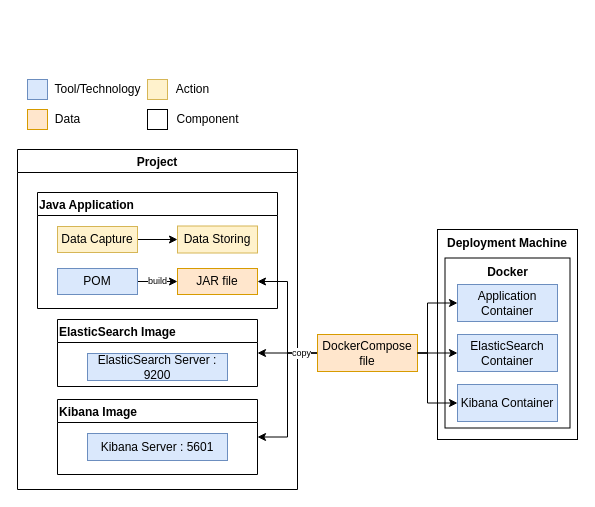
Earlier version of the draw.io diagram Diagrams/DeploymentDiagram.drawio (LEITE5/WebMonitoring). Source tidied: cells renumbered, new cells numbered last; positions are measured from the earlier drawing's top-left corner, leaving out a move shared by most shapes. Both pictures are drawn from the tidied source at 100%, with x=0, y=0 at pixel (17, 79).
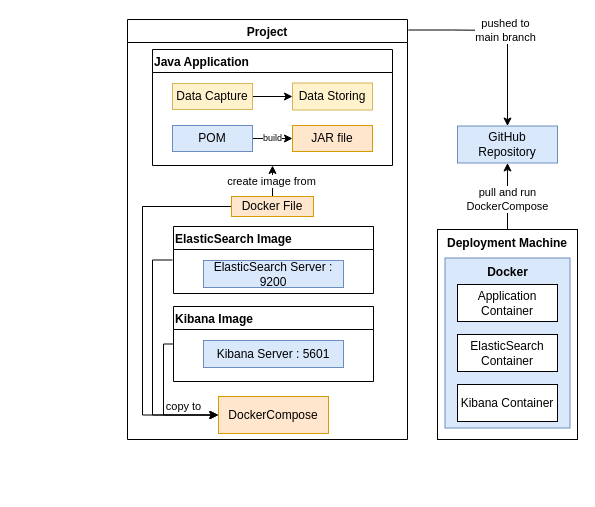
Above is the later version.

The change refers to these unchanged cells:
```xml
<mxCell id="2" value="&lt;span&gt;Deployment Machine&lt;/span&gt;" style="rounded=0;whiteSpace=wrap;html=1;align=center;verticalAlign=top;fontStyle=1;" parent="1" vertex="1">
  <mxGeometry x="420" y="150" width="140" height="210" as="geometry" />
</mxCell>
<mxCell id="10" value="&lt;span&gt;JAR file&lt;/span&gt;" style="rounded=0;whiteSpace=wrap;html=1;align=center;verticalAlign=middle;fontStyle=0;fillColor=#ffe6cc;strokeColor=#d79b00;" parent="4" vertex="1">
  <mxGeometry x="140" y="76" width="80" height="26" as="geometry" />
</mxCell>
```

Change to the diagram source:
```diff
@@
+    <mxCell id="34" value="pull and run&lt;br&gt;DockerCompose" style="edgeStyle=orthogonalEdgeStyle;rounded=0;jettySize=auto;html=1;entryX=0.5;entryY=1;entryDx=0;entryDy=0;" parent="1" edge="1" source="2" target="26">
+      <mxGeometry x="-0.09" relative="1" as="geometry" />
+    </mxCell>
@@
+    <mxCell id="35" value="pushed to&lt;br&gt;main branch" style="edgeStyle=orthogonalEdgeStyle;rounded=0;jettySize=auto;html=1;entryX=0.5;entryY=0;entryDx=0;entryDy=0;exitX=1.003;exitY=0.025;exitDx=0;exitDy=0;exitPerimeter=0;" parent="1" edge="1" source="3" target="26">
+      <mxGeometry relative="1" as="geometry">
+        <Array as="points">
+          <mxPoint x="435" y="-49" />
+          <mxPoint x="530" y="-49" />
+        </Array>
+      </mxGeometry>
+    </mxCell>
     <mxCell id="3" value="Project" style="swimlane;" parent="1" vertex="1">
-      <mxGeometry y="70" width="280" height="340" as="geometry" />
+      <mxGeometry x="110" y="-60" width="280" height="420" as="geometry" />
     </mxCell>
-    <mxCell id="4" value="Java Application" style="swimlane;align=left;" parent="3" vertex="1">
-      <mxGeometry x="20" y="43" width="240" height="116" as="geometry" />
+    <mxCell id="4" value="Java Application " style="swimlane;align=left;" parent="3" vertex="1">
+      <mxGeometry x="25" y="30" width="240" height="116" as="geometry" />
     </mxCell>
@@
+    <mxCell id="36" style="edgeStyle=orthogonalEdgeStyle;rounded=0;jettySize=auto;html=1;entryX=0;entryY=0.5;entryDx=0;entryDy=0;" parent="3" edge="1" source="11" target="38">
+      <mxGeometry relative="1" as="geometry">
+        <Array as="points">
+          <mxPoint x="36" y="325" />
+          <mxPoint x="36" y="396" />
+        </Array>
+      </mxGeometry>
+    </mxCell>
     <mxCell id="11" value="Kibana Image" style="swimlane;align=left;" parent="3" vertex="1">
-      <mxGeometry x="40" y="250" width="200" height="75" as="geometry" />
+      <mxGeometry x="46" y="287" width="200" height="75" as="geometry" />
     </mxCell>
@@
+    <mxCell id="37" value="copy to" style="edgeStyle=orthogonalEdgeStyle;rounded=0;orthogonalLoop=1;jettySize=auto;html=1;entryX=0;entryY=0.5;entryDx=0;entryDy=0;" parent="3" edge="1">
+      <mxGeometry x="0.72" y="9" relative="1" as="geometry">
+        <mxPoint x="45" y="240.5" as="sourcePoint" />
+        <mxPoint x="90" y="395.5" as="targetPoint" />
+        <Array as="points">
+          <mxPoint x="25" y="241" />
+          <mxPoint x="25" y="396" />
+        </Array>
+      </mxGeometry>
+    </mxCell>
     <mxCell id="13" value="ElasticSearch Image" style="swimlane;align=left;" parent="3" vertex="1">
-      <mxGeometry x="40" y="170" width="200" height="67" as="geometry" />
+      <mxGeometry x="46" y="207" width="200" height="67" as="geometry" />
     </mxCell>
@@
-    <mxCell id="15" style="rounded=0;whiteSpace=wrap;html=1;fillColor=#dae8fc;strokeColor=#6c8ebf;" parent="1" vertex="1">
-      <mxGeometry x="10" width="20" height="20" as="geometry" />
-    </mxCell>
-    <mxCell id="16" style="rounded=0;whiteSpace=wrap;html=1;fillColor=#ffe6cc;strokeColor=#d79b00;" parent="1" vertex="1">
-      <mxGeometry x="10" y="30" width="20" height="20" as="geometry" />
-    </mxCell>
-    <mxCell id="17" value="Tool/Technology" style="text;html=1;align=center;verticalAlign=middle;" parent="1" vertex="1">
-      <mxGeometry x="30" width="100" height="20" as="geometry" />
-    </mxCell>
-    <mxCell id="18" value="Data" style="text;html=1;align=center;verticalAlign=middle;" parent="1" vertex="1">
-      <mxGeometry x="30" y="30" width="40" height="20" as="geometry" />
-    </mxCell>
-    <mxCell id="19" style="rounded=0;whiteSpace=wrap;html=1;fillColor=#fff2cc;strokeColor=#d6b656;" parent="1" vertex="1">
-      <mxGeometry x="130" width="20" height="20" as="geometry" />
-    </mxCell>
-    <mxCell id="20" value="Action" style="text;html=1;align=center;verticalAlign=middle;" parent="1" vertex="1">
-      <mxGeometry x="150" width="50" height="20" as="geometry" />
-    </mxCell>
-    <mxCell id="21" style="rounded=0;whiteSpace=wrap;html=1;" parent="1" vertex="1">
-      <mxGeometry x="130" y="30" width="20" height="20" as="geometry" />
-    </mxCell>
-    <mxCell id="22" value="Component" style="text;html=1;align=center;verticalAlign=middle;" parent="1" vertex="1">
-      <mxGeometry x="150" y="30" width="80" height="20" as="geometry" />
-    </mxCell>
-    <mxCell id="23" style="edgeStyle=orthogonalEdgeStyle;rounded=0;jettySize=auto;html=1;entryX=1;entryY=0.5;entryDx=0;entryDy=0;fontSize=9;" parent="1" edge="1" source="26" target="10">
-      <mxGeometry relative="1" as="geometry" />
-    </mxCell>
-    <mxCell id="24" style="edgeStyle=orthogonalEdgeStyle;rounded=0;jettySize=auto;html=1;entryX=1;entryY=0.5;entryDx=0;entryDy=0;fontSize=9;" parent="1" edge="1" source="26" target="13">
-      <mxGeometry relative="1" as="geometry" />
-    </mxCell>
-    <mxCell id="25" value="copy" style="edgeStyle=orthogonalEdgeStyle;rounded=0;jettySize=auto;html=1;entryX=1;entryY=0.5;entryDx=0;entryDy=0;fontSize=9;" parent="1" edge="1" source="26" target="11">
-      <mxGeometry x="-0.78" relative="1" as="geometry" />
-    </mxCell>
+    <mxCell id="38" value="&lt;span&gt;DockerCompose&lt;/span&gt;" style="rounded=0;whiteSpace=wrap;html=1;align=center;verticalAlign=middle;fontStyle=0;fillColor=#ffe6cc;strokeColor=#d79b00;" parent="3" vertex="1">
+      <mxGeometry x="91" y="377" width="110" height="37" as="geometry" />
+    </mxCell>
+    <mxCell id="39" value="create image from" style="edgeStyle=orthogonalEdgeStyle;rounded=0;jettySize=auto;html=1;entryX=0.5;entryY=1;entryDx=0;entryDy=0;" parent="3" edge="1" source="41" target="4">
+      <mxGeometry x="-0.38" y="1" relative="1" as="geometry" />
+    </mxCell>
+    <mxCell id="40" style="edgeStyle=orthogonalEdgeStyle;rounded=0;jettySize=auto;html=1;entryX=0;entryY=0.5;entryDx=0;entryDy=0;" parent="3" edge="1" source="41" target="38">
+      <mxGeometry relative="1" as="geometry">
+        <Array as="points">
+          <mxPoint x="15" y="187" />
+          <mxPoint x="15" y="395" />
+        </Array>
+      </mxGeometry>
+    </mxCell>
+    <mxCell id="41" value="&lt;span&gt;Docker File&lt;/span&gt;" style="rounded=0;whiteSpace=wrap;html=1;align=center;verticalAlign=middle;fontStyle=0;fillColor=#ffe6cc;strokeColor=#d79b00;" parent="3" vertex="1">
+      <mxGeometry x="104" y="177" width="82" height="20" as="geometry" />
+    </mxCell>
-    <mxCell id="26" value="&lt;span&gt;DockerCompose file&lt;/span&gt;" style="rounded=0;whiteSpace=wrap;html=1;align=center;verticalAlign=middle;fontStyle=0;fillColor=#ffe6cc;strokeColor=#d79b00;" parent="1" vertex="1">
-      <mxGeometry x="300" y="255" width="100" height="37" as="geometry" />
+    <mxCell id="26" value="&lt;span&gt;GitHub Repository&lt;/span&gt;" style="rounded=0;whiteSpace=wrap;html=1;align=center;verticalAlign=middle;fontStyle=0;fillColor=#dae8fc;strokeColor=#6c8ebf;" parent="1" vertex="1">
+      <mxGeometry x="440" y="46.5" width="100" height="37" as="geometry" />
     </mxCell>
-    <mxCell id="27" value="&lt;span&gt;Docker&lt;/span&gt;" style="rounded=0;whiteSpace=wrap;html=1;align=center;verticalAlign=top;fontStyle=1;" parent="1" vertex="1">
+    <mxCell id="27" value="&lt;span&gt;Docker&lt;/span&gt;" style="rounded=0;whiteSpace=wrap;html=1;align=center;verticalAlign=top;fontStyle=1;fillColor=#dae8fc;strokeColor=#6c8ebf;" parent="1" vertex="1">
       <mxGeometry x="427.5" y="178.5" width="125" height="170" as="geometry" />
     </mxCell>
-    <mxCell id="28" value="Application Container" style="rounded=0;whiteSpace=wrap;html=1;align=center;verticalAlign=middle;fontStyle=0;fillColor=#dae8fc;strokeColor=#6c8ebf;" parent="1" vertex="1">
+    <mxCell id="28" value="Application Container" style="rounded=0;whiteSpace=wrap;html=1;align=center;verticalAlign=middle;fontStyle=0;" parent="1" vertex="1">
       <mxGeometry x="440" y="205" width="100" height="37" as="geometry" />
     </mxCell>
-    <mxCell id="29" value="&lt;span&gt;ElasticSearch Container&lt;/span&gt;" style="rounded=0;whiteSpace=wrap;html=1;align=center;verticalAlign=middle;fontStyle=0;fillColor=#dae8fc;strokeColor=#6c8ebf;" parent="1" vertex="1">
+    <mxCell id="29" value="&lt;span&gt;ElasticSearch Container&lt;/span&gt;" style="rounded=0;whiteSpace=wrap;html=1;align=center;verticalAlign=middle;fontStyle=0;" parent="1" vertex="1">
       <mxGeometry x="440" y="255" width="100" height="37" as="geometry" />
     </mxCell>
-    <mxCell id="30" value="&lt;span&gt;Kibana Container&lt;/span&gt;" style="rounded=0;whiteSpace=wrap;html=1;align=center;verticalAlign=middle;fontStyle=0;fillColor=#dae8fc;strokeColor=#6c8ebf;" parent="1" vertex="1">
+    <mxCell id="30" value="&lt;span&gt;Kibana Container&lt;/span&gt;" style="rounded=0;whiteSpace=wrap;html=1;align=center;verticalAlign=middle;fontStyle=0;" parent="1" vertex="1">
       <mxGeometry x="440" y="305" width="100" height="37" as="geometry" />
     </mxCell>
-    <mxCell id="31" style="edgeStyle=orthogonalEdgeStyle;rounded=0;jettySize=auto;html=1;entryX=0;entryY=0.5;entryDx=0;entryDy=0;fontSize=9;" parent="1" edge="1" source="26">
-      <mxGeometry relative="1" as="geometry">
-        <mxPoint x="440" y="323.5" as="targetPoint" />
-        <Array as="points">
-          <mxPoint x="410" y="274" />
-          <mxPoint x="410" y="324" />
-        </Array>
-      </mxGeometry>
-    </mxCell>
-    <mxCell id="32" style="edgeStyle=orthogonalEdgeStyle;rounded=0;jettySize=auto;html=1;entryX=0;entryY=0.5;entryDx=0;entryDy=0;fontSize=9;" parent="1" edge="1" source="26">
-      <mxGeometry relative="1" as="geometry">
-        <mxPoint x="440" y="273.5" as="targetPoint" />
-      </mxGeometry>
-    </mxCell>
-    <mxCell id="33" style="edgeStyle=orthogonalEdgeStyle;rounded=0;jettySize=auto;html=1;entryX=0;entryY=0.5;entryDx=0;entryDy=0;fontSize=9;" parent="1" edge="1" source="26">
-      <mxGeometry relative="1" as="geometry">
-        <mxPoint x="440" y="223.5" as="targetPoint" />
-        <Array as="points">
-          <mxPoint x="410" y="274" />
-          <mxPoint x="410" y="224" />
-        </Array>
-      </mxGeometry>
-    </mxCell>
```
